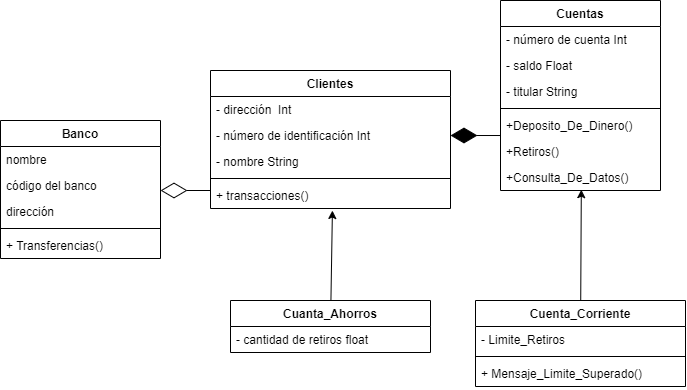
The draw.io diagram taller3.drawio.png in DiazMan27/Modelado_Diagram, before a commit. Source tidied: cells renumbered, new cells last; positions are measured from the earlier drawing's top-left corner, leaving out a move shared by most shapes. Its diagram source:
```xml
<mxGraphModel>
  <root>
    <mxCell id="0" />
    <mxCell id="1" parent="0" />
    <mxCell id="2" value="Banco" style="swimlane;fontStyle=1;align=center;verticalAlign=top;horizontal=1;startSize=26;" parent="1" vertex="1">
      <mxGeometry y="120" width="160" height="138" as="geometry" />
    </mxCell>
    <mxCell id="3" value="nombre" style="text;strokeColor=none;fillColor=none;align=left;verticalAlign=top;spacingLeft=4;spacingRight=4;overflow=hidden;" parent="2" vertex="1">
      <mxGeometry y="26" width="160" height="26" as="geometry" />
    </mxCell>
    <mxCell id="4" value="código del banco" style="text;strokeColor=none;fillColor=none;align=left;verticalAlign=top;spacingLeft=4;spacingRight=4;overflow=hidden;" parent="2" vertex="1">
      <mxGeometry y="52" width="160" height="26" as="geometry" />
    </mxCell>
    <mxCell id="5" value="dirección" style="text;strokeColor=none;fillColor=none;align=left;verticalAlign=top;spacingLeft=4;spacingRight=4;overflow=hidden;" parent="2" vertex="1">
      <mxGeometry y="78" width="160" height="26" as="geometry" />
    </mxCell>
    <mxCell id="6" style="line;strokeWidth=1;fillColor=none;align=left;verticalAlign=middle;spacingTop=-1;spacingLeft=3;spacingRight=3;labelPosition=right;strokeColor=inherit;" parent="2" vertex="1">
      <mxGeometry y="104" width="160" height="8" as="geometry" />
    </mxCell>
    <mxCell id="7" value="+ Transferencias()" style="text;strokeColor=none;fillColor=none;align=left;verticalAlign=top;spacingLeft=4;spacingRight=4;overflow=hidden;" parent="2" vertex="1">
      <mxGeometry y="112" width="160" height="26" as="geometry" />
    </mxCell>
    <mxCell id="8" value="Cuentas" style="swimlane;fontStyle=1;align=center;verticalAlign=top;horizontal=1;startSize=26;" parent="1" vertex="1">
      <mxGeometry x="500" width="160" height="190" as="geometry" />
    </mxCell>
    <mxCell id="9" value="- número de cuenta Int" style="text;strokeColor=none;fillColor=none;align=left;verticalAlign=top;spacingLeft=4;spacingRight=4;overflow=hidden;" parent="8" vertex="1">
      <mxGeometry y="26" width="160" height="26" as="geometry" />
    </mxCell>
    <mxCell id="10" value="- saldo Float" style="text;strokeColor=none;fillColor=none;align=left;verticalAlign=top;spacingLeft=4;spacingRight=4;overflow=hidden;" parent="8" vertex="1">
      <mxGeometry y="52" width="160" height="26" as="geometry" />
    </mxCell>
    <mxCell id="11" value="- titular String" style="text;strokeColor=none;fillColor=none;align=left;verticalAlign=top;spacingLeft=4;spacingRight=4;overflow=hidden;" parent="8" vertex="1">
      <mxGeometry y="78" width="160" height="26" as="geometry" />
    </mxCell>
    <mxCell id="12" style="line;strokeWidth=1;fillColor=none;align=left;verticalAlign=middle;spacingTop=-1;spacingLeft=3;spacingRight=3;labelPosition=right;strokeColor=inherit;" parent="8" vertex="1">
      <mxGeometry y="104" width="160" height="8" as="geometry" />
    </mxCell>
    <mxCell id="13" value="+Deposito_De_Dinero()" style="text;strokeColor=none;fillColor=none;align=left;verticalAlign=top;spacingLeft=4;spacingRight=4;overflow=hidden;points=[[0,0.5],[1,0.5]];portConstraint=eastwest;" parent="8" vertex="1">
      <mxGeometry y="112" width="160" height="26" as="geometry" />
    </mxCell>
    <mxCell id="14" value="+Retiros()" style="text;strokeColor=none;fillColor=none;align=left;verticalAlign=top;spacingLeft=4;spacingRight=4;overflow=hidden;" parent="8" vertex="1">
      <mxGeometry y="138" width="160" height="26" as="geometry" />
    </mxCell>
    <mxCell id="15" value="+Consulta_De_Datos()" style="text;strokeColor=none;fillColor=none;align=left;verticalAlign=top;spacingLeft=4;spacingRight=4;overflow=hidden;points=[[0,0.5],[1,0.5]];portConstraint=eastwest;" parent="8" vertex="1">
      <mxGeometry y="164" width="160" height="26" as="geometry" />
    </mxCell>
    <mxCell id="16" value="Clientes" style="swimlane;fontStyle=1;align=center;verticalAlign=top;horizontal=1;startSize=26;" parent="1" vertex="1">
      <mxGeometry x="210" y="70" width="240" height="138" as="geometry" />
    </mxCell>
    <mxCell id="17" value="- dirección  Int  " style="text;strokeColor=none;fillColor=none;align=left;verticalAlign=top;spacingLeft=4;spacingRight=4;overflow=hidden;" parent="16" vertex="1">
      <mxGeometry y="26" width="240" height="26" as="geometry" />
    </mxCell>
    <mxCell id="18" value="- número de identificación Int" style="text;strokeColor=none;fillColor=none;align=left;verticalAlign=top;spacingLeft=4;spacingRight=4;overflow=hidden;points=[[0,0.5],[1,0.5]];portConstraint=eastwest;" parent="16" vertex="1">
      <mxGeometry y="52" width="240" height="26" as="geometry" />
    </mxCell>
    <mxCell id="19" value="- nombre String" style="text;strokeColor=none;fillColor=none;align=left;verticalAlign=top;spacingLeft=4;spacingRight=4;overflow=hidden;" parent="16" vertex="1">
      <mxGeometry y="78" width="240" height="26" as="geometry" />
    </mxCell>
    <mxCell id="20" style="line;strokeWidth=1;fillColor=none;align=left;verticalAlign=middle;spacingTop=-1;spacingLeft=3;spacingRight=3;labelPosition=right;strokeColor=inherit;" parent="16" vertex="1">
      <mxGeometry y="104" width="240" height="8" as="geometry" />
    </mxCell>
    <mxCell id="21" value="+ transacciones()" style="text;strokeColor=none;fillColor=none;align=left;verticalAlign=top;spacingLeft=4;spacingRight=4;overflow=hidden;points=[[0,0.5],[1,0.5]];portConstraint=eastwest;" parent="16" vertex="1">
      <mxGeometry y="112" width="240" height="26" as="geometry" />
    </mxCell>
    <mxCell id="22" style="edgeStyle=none;html=1;entryX=0.508;entryY=1.077;entryDx=0;entryDy=0;entryPerimeter=0;" parent="1" edge="1" source="23" target="21">
      <mxGeometry relative="1" as="geometry" />
    </mxCell>
    <mxCell id="23" value="Cuanta_Ahorros" style="swimlane;fontStyle=1;align=center;verticalAlign=top;horizontal=1;startSize=26;" parent="1" vertex="1">
      <mxGeometry x="230" y="300" width="200" height="52" as="geometry" />
    </mxCell>
    <mxCell id="24" value="- cantidad de retiros float" style="text;strokeColor=none;fillColor=none;align=left;verticalAlign=top;spacingLeft=4;spacingRight=4;overflow=hidden;" parent="23" vertex="1">
      <mxGeometry y="26" width="200" height="26" as="geometry" />
    </mxCell>
    <mxCell id="25" style="edgeStyle=none;html=1;entryX=0.505;entryY=0.969;entryDx=0;entryDy=0;entryPerimeter=0;" parent="1" edge="1" source="26" target="15">
      <mxGeometry relative="1" as="geometry" />
    </mxCell>
    <mxCell id="26" value="Cuenta_Corriente" style="swimlane;fontStyle=1;align=center;verticalAlign=top;horizontal=1;startSize=26;" parent="1" vertex="1">
      <mxGeometry x="475" y="300" width="210" height="86" as="geometry" />
    </mxCell>
    <mxCell id="27" value="- Limite_Retiros" style="text;strokeColor=none;fillColor=none;align=left;verticalAlign=top;spacingLeft=4;spacingRight=4;overflow=hidden;" parent="26" vertex="1">
      <mxGeometry y="26" width="210" height="26" as="geometry" />
    </mxCell>
    <mxCell id="28" style="line;strokeWidth=1;fillColor=none;align=left;verticalAlign=middle;spacingTop=-1;spacingLeft=3;spacingRight=3;labelPosition=right;strokeColor=inherit;" parent="26" vertex="1">
      <mxGeometry y="52" width="210" height="8" as="geometry" />
    </mxCell>
    <mxCell id="29" value="+ Mensaje_Limite_Superado()" style="text;strokeColor=none;fillColor=none;align=left;verticalAlign=top;spacingLeft=4;spacingRight=4;overflow=hidden;" parent="26" vertex="1">
      <mxGeometry y="60" width="210" height="26" as="geometry" />
    </mxCell>
    <mxCell id="30" style="endArrow=diamondThin;endFill=0;endSize=24;html=1;" parent="1" edge="1">
      <mxGeometry relative="1" as="geometry">
        <mxPoint x="210" y="190" as="sourcePoint" />
        <mxPoint x="160" y="190" as="targetPoint" />
      </mxGeometry>
    </mxCell>
    <mxCell id="31" style="endArrow=diamondThin;endFill=1;endSize=24;html=1;entryX=1;entryY=0.5;entryDx=0;entryDy=0;exitX=0;exitY=0.885;exitDx=0;exitDy=0;exitPerimeter=0;" parent="1" edge="1" source="13" target="18">
      <mxGeometry relative="1" as="geometry" />
    </mxCell>
  </root>
</mxGraphModel>
```
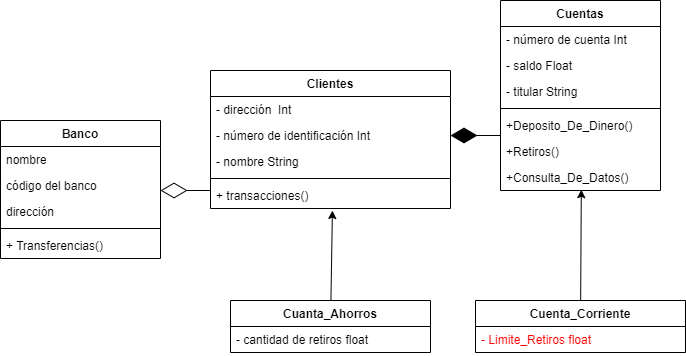
The same diagram one commit later.

Commit message:
Update Color and Valuo of Atribute commit

The edit, as a diff of the source:
```diff
@@ -75,17 +75,11 @@
       <mxGeometry relative="1" as="geometry" />
     </mxCell>
     <mxCell id="26" value="Cuenta_Corriente" style="swimlane;fontStyle=1;align=center;verticalAlign=top;horizontal=1;startSize=26;" parent="1" vertex="1">
-      <mxGeometry x="475" y="300" width="210" height="86" as="geometry" />
+      <mxGeometry x="475" y="300" width="210" height="52" as="geometry" />
     </mxCell>
-    <mxCell id="27" value="- Limite_Retiros" style="text;strokeColor=none;fillColor=none;align=left;verticalAlign=top;spacingLeft=4;spacingRight=4;overflow=hidden;" parent="26" vertex="1">
+    <mxCell id="27" value="- Limite_Retiros float" style="text;strokeColor=none;fillColor=none;align=left;verticalAlign=top;spacingLeft=4;spacingRight=4;overflow=hidden;fontColor=#FF0000;" parent="26" vertex="1">
       <mxGeometry y="26" width="210" height="26" as="geometry" />
     </mxCell>
-    <mxCell id="28" style="line;strokeWidth=1;fillColor=none;align=left;verticalAlign=middle;spacingTop=-1;spacingLeft=3;spacingRight=3;labelPosition=right;strokeColor=inherit;" parent="26" vertex="1">
-      <mxGeometry y="52" width="210" height="8" as="geometry" />
-    </mxCell>
-    <mxCell id="29" value="+ Mensaje_Limite_Superado()" style="text;strokeColor=none;fillColor=none;align=left;verticalAlign=top;spacingLeft=4;spacingRight=4;overflow=hidden;" parent="26" vertex="1">
-      <mxGeometry y="60" width="210" height="26" as="geometry" />
-    </mxCell>
     <mxCell id="30" style="endArrow=diamondThin;endFill=0;endSize=24;html=1;" parent="1" edge="1">
       <mxGeometry relative="1" as="geometry">
         <mxPoint x="210" y="190" as="sourcePoint" />
```
